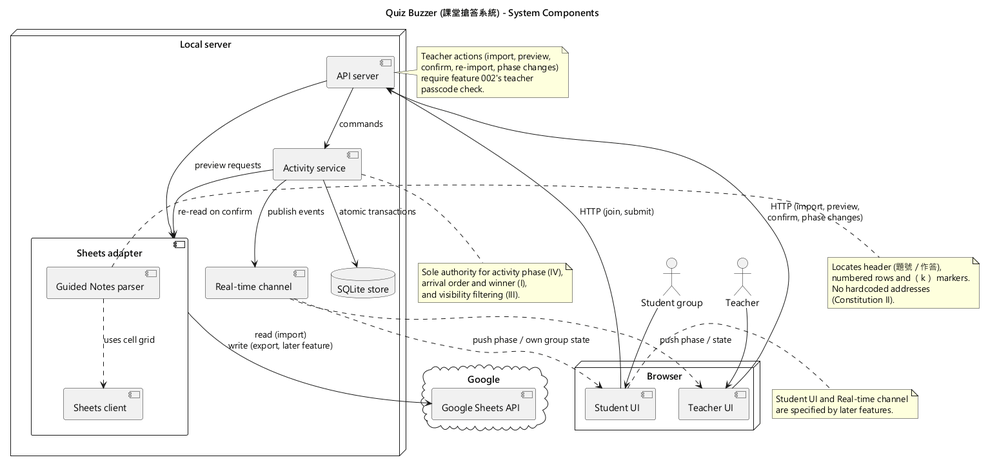
Before: diagrams/system-component.png, a diagram exported from PlantUML (WasabiSaikou/quiz-buzzer). Source of this version:
```plantuml
@startuml system-component
title Quiz Buzzer (課堂搶答系統) - System Components

skinparam componentStyle uml2
skinparam shadowing false
skinparam defaultFontName "Microsoft JhengHei"

actor Teacher
actor "Student group" as Student

node "Browser" {
  [Teacher UI] as TUI
  [Student UI] as SUI
}

node "Local server" {
  [API server] as API
  [Real-time channel] as RT
  [Activity service] as ACT
  component "Sheets adapter" as SA {
    [Guided Notes parser] as PARSER
    [Sheets client] as SCLIENT
  }
  database "SQLite store" as DB
}

cloud "Google" {
  [Google Sheets API] as GSA
}

Teacher --> TUI
Student --> SUI

TUI --> API : HTTP (import, preview,\nconfirm, phase changes)
SUI --> API : HTTP (join, submit)
RT ..> TUI : push phase / state
RT ..> SUI : push phase / own group state

API --> ACT : commands
API --> SA : preview requests
ACT --> SA : re-read on confirm
ACT --> DB : atomic transactions
ACT --> RT : publish events
SA --> GSA : read (import)\nwrite (export, later feature)
PARSER ..> SCLIENT : uses cell grid

note right of PARSER
  Locates header (題號 / 作答),
  numbered rows and （k） markers.
  No hardcoded addresses
  (Constitution II).
end note

note bottom of ACT
  Sole authority for activity phase (IV),
  arrival order and winner (I),
  and visibility filtering (III).
end note

note right of SUI
  Student UI and Real-time channel
  are specified by later features.
end note

note left of API
  Teacher actions (import, preview,
  confirm, re-import, phase changes)
  require feature 002's teacher
  passcode check.
end note
@enduml
```
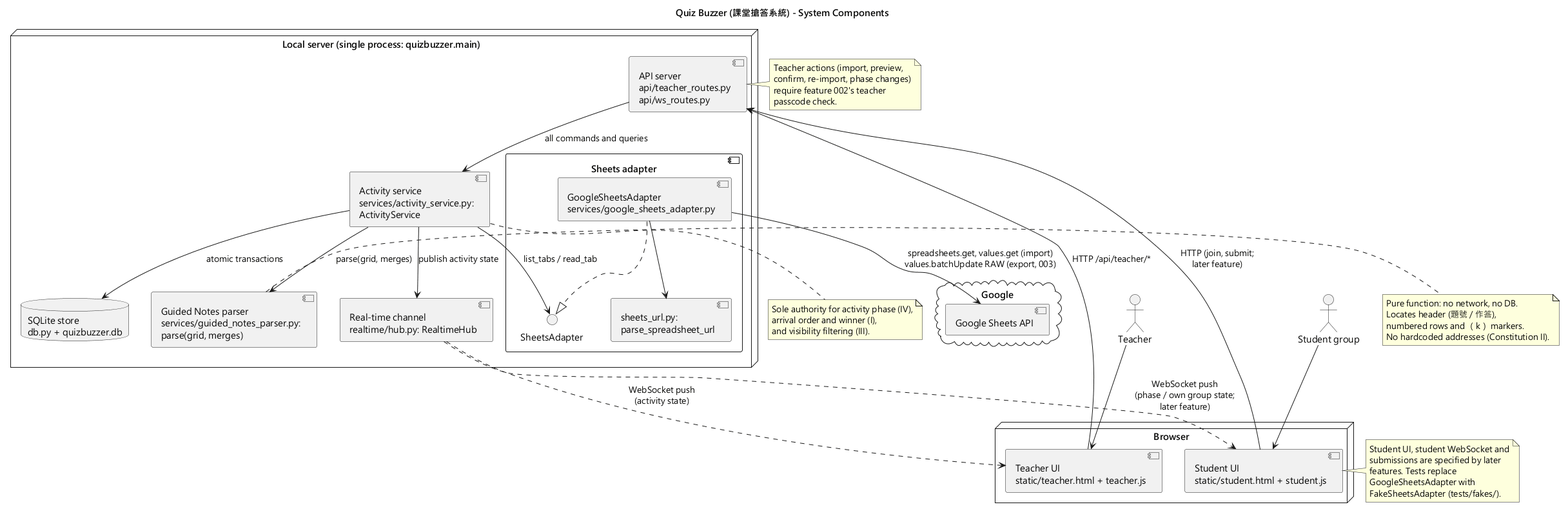
Above is the later version.

What changed in the source:
```diff
@@ -9,19 +9,21 @@
 actor "Student group" as Student
 
 node "Browser" {
-  [Teacher UI] as TUI
-  [Student UI] as SUI
+  [Teacher UI\nstatic/teacher.html + teacher.js] as TUI
+  [Student UI\nstatic/student.html + student.js] as SUI
 }
 
-node "Local server" {
-  [API server] as API
-  [Real-time channel] as RT
-  [Activity service] as ACT
+node "Local server (single process: quizbuzzer.main)" {
+  [API server\napi/teacher_routes.py\napi/ws_routes.py] as API
+  [Real-time channel\nrealtime/hub.py: RealtimeHub] as RT
+  [Activity service\nservices/activity_service.py:\nActivityService] as ACT
+  [Guided Notes parser\nservices/guided_notes_parser.py:\nparse(grid, merges)] as PARSER
   component "Sheets adapter" as SA {
-    [Guided Notes parser] as PARSER
-    [Sheets client] as SCLIENT
+    interface "SheetsAdapter" as SAI
+    [GoogleSheetsAdapter\nservices/google_sheets_adapter.py] as GSAD
+    [sheets_url.py:\nparse_spreadsheet_url] as URL
   }
-  database "SQLite store" as DB
+  database "SQLite store\ndb.py + quizbuzzer.db" as DB
 }
 
 cloud "Google" {
@@ -31,24 +33,25 @@
 Teacher --> TUI
 Student --> SUI
 
-TUI --> API : HTTP (import, preview,\nconfirm, phase changes)
-SUI --> API : HTTP (join, submit)
-RT ..> TUI : push phase / state
-RT ..> SUI : push phase / own group state
+TUI --> API : HTTP /api/teacher/*
+SUI --> API : HTTP (join, submit;\nlater feature)
+RT ..> TUI : WebSocket push\n(activity state)
+RT ..> SUI : WebSocket push\n(phase / own group state;\nlater feature)
 
-API --> ACT : commands
-API --> SA : preview requests
-ACT --> SA : re-read on confirm
+API --> ACT : all commands and queries
+ACT --> SAI : list_tabs / read_tab
+ACT --> PARSER : parse(grid, merges)
 ACT --> DB : atomic transactions
-ACT --> RT : publish events
-SA --> GSA : read (import)\nwrite (export, later feature)
-PARSER ..> SCLIENT : uses cell grid
+ACT --> RT : publish activity state
+GSAD ..|> SAI
+GSAD --> URL
+GSAD --> GSA : spreadsheets.get, values.get (import)\nvalues.batchUpdate RAW (export, 003)
 
 note right of PARSER
+  Pure function: no network, no DB.
   Locates header (題號 / 作答),
   numbered rows and （k） markers.
-  No hardcoded addresses
-  (Constitution II).
+  No hardcoded addresses (Constitution II).
 end note
 
 note bottom of ACT
@@ -58,8 +61,11 @@
 end note
 
 note right of SUI
-  Student UI and Real-time channel
-  are specified by later features.
+  Student UI, student WebSocket and
+  submissions are specified by later
+  features. Tests replace
+  GoogleSheetsAdapter with
+  FakeSheetsAdapter (tests/fakes/).
 end note
 
 note left of API
```
